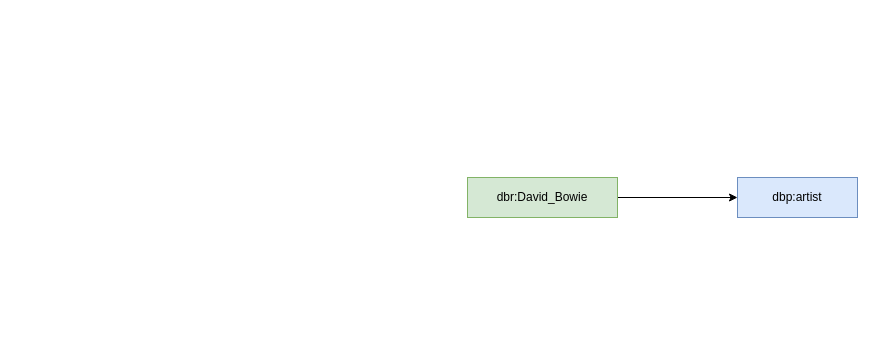
The draw.io diagram BDD/Web_semantique/TP_Modelisation/DavidBowie.drawio in Nathan7128/4th-year-Polytech, before the edit. Source tidied: cells renumbered, new cells numbered last; positions are measured from the earlier drawing's top-left corner, leaving out a move shared by most shapes. Both pictures are drawn from the tidied source at 100%, with x=0, y=0 at pixel (467, 177).
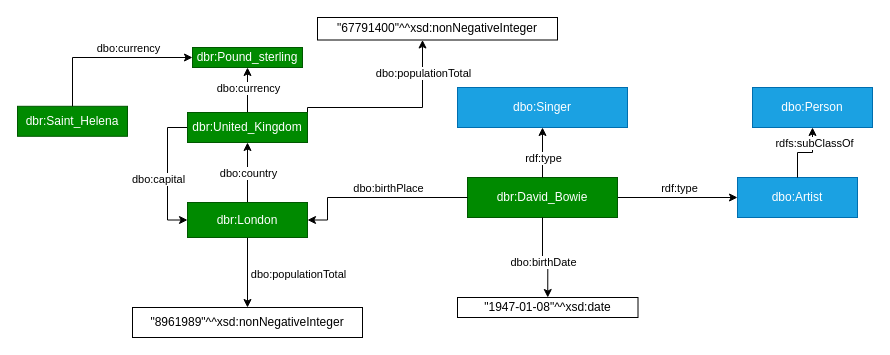
Above is the later version.

Commit message (it also covers changes not shown here):
Mettre à jour DavidBowie.drawio

The change refers to these unchanged cells:
```xml
<mxCell id="2" style="edgeStyle=orthogonalEdgeStyle;rounded=0;jettySize=auto;html=1;" parent="1" edge="1" source="3" target="4">
  <mxGeometry relative="1" as="geometry" />
</mxCell>
```

Change to the diagram source:
```diff
@@
+    <mxCell id="5" value="rdf:type" style="edgeLabel;html=1;align=center;verticalAlign=middle;" parent="2" vertex="1">
+      <mxGeometry x="-0.04" y="1" relative="1" as="geometry">
+        <mxPoint x="3" y="-9" as="offset" />
+      </mxGeometry>
+    </mxCell>
-    <mxCell id="3" value="dbr:David_Bowie" style="rounded=0;whiteSpace=wrap;html=1;fillColor=#d5e8d4;strokeColor=#82b366;" parent="1" vertex="1">
+    <mxCell id="3" value="dbr:David_Bowie" style="rounded=0;whiteSpace=wrap;html=1;fillColor=#008a00;strokeColor=#005700;fontColor=#ffffff;" parent="1" vertex="1">
       <mxGeometry width="150" height="40" as="geometry" />
     </mxCell>
-    <mxCell id="4" value="dbp:artist" style="rounded=0;whiteSpace=wrap;html=1;fillColor=#dae8fc;strokeColor=#6c8ebf;" parent="1" vertex="1">
+    <mxCell id="4" value="dbo:Artist" style="rounded=0;whiteSpace=wrap;html=1;fillColor=#1ba1e2;strokeColor=#006EAF;fontColor=#ffffff;" parent="1" vertex="1">
       <mxGeometry x="270" width="120" height="40" as="geometry" />
     </mxCell>
+    <mxCell id="6" style="edgeStyle=orthogonalEdgeStyle;rounded=0;jettySize=auto;html=1;exitX=0.5;exitY=0;exitDx=0;exitDy=0;" parent="1" edge="1" source="3" target="8">
+      <mxGeometry relative="1" as="geometry" />
+    </mxCell>
+    <mxCell id="7" value="rdf:type" style="edgeLabel;html=1;align=center;verticalAlign=middle;" parent="6" vertex="1">
+      <mxGeometry x="0.09" relative="1" as="geometry">
+        <mxPoint y="7" as="offset" />
+      </mxGeometry>
+    </mxCell>
+    <mxCell id="8" value="dbo:Singer" style="rounded=0;whiteSpace=wrap;html=1;fillColor=#1ba1e2;strokeColor=#006EAF;fontColor=#ffffff;" parent="1" vertex="1">
+      <mxGeometry x="-10" y="-90" width="170" height="40" as="geometry" />
+    </mxCell>
+    <mxCell id="9" style="edgeStyle=orthogonalEdgeStyle;rounded=0;jettySize=auto;html=1;entryX=0.5;entryY=0;entryDx=0;entryDy=0;" parent="1" edge="1" source="3" target="11">
+      <mxGeometry relative="1" as="geometry">
+        <Array as="points">
+          <mxPoint x="75" y="90" />
+          <mxPoint x="80" y="90" />
+        </Array>
+      </mxGeometry>
+    </mxCell>
+    <mxCell id="10" value="dbo:birthDate" style="edgeLabel;html=1;align=center;verticalAlign=middle;" parent="9" vertex="1">
+      <mxGeometry x="-0.21" y="-1" relative="1" as="geometry">
+        <mxPoint x="1" y="10" as="offset" />
+      </mxGeometry>
+    </mxCell>
+    <mxCell id="11" value="&quot;1947-01-08&quot;^^xsd:date" style="rounded=0;whiteSpace=wrap;html=1;" parent="1" vertex="1">
+      <mxGeometry x="-10" y="120" width="180.5" height="20" as="geometry" />
+    </mxCell>
+    <mxCell id="12" value="dbo:Person" style="rounded=0;whiteSpace=wrap;html=1;fillColor=#1ba1e2;strokeColor=#006EAF;fontColor=#ffffff;" parent="1" vertex="1">
+      <mxGeometry x="285" y="-90" width="120" height="40" as="geometry" />
+    </mxCell>
+    <mxCell id="13" style="edgeStyle=orthogonalEdgeStyle;rounded=0;jettySize=auto;html=1;entryX=0.5;entryY=1;entryDx=0;entryDy=0;exitX=0.5;exitY=0;exitDx=0;exitDy=0;" parent="1" edge="1" source="4" target="12">
+      <mxGeometry relative="1" as="geometry" />
+    </mxCell>
+    <mxCell id="14" value="rdfs:subClassOf" style="edgeLabel;html=1;align=center;verticalAlign=middle;" parent="13" vertex="1">
+      <mxGeometry x="-0.04" y="1" relative="1" as="geometry">
+        <mxPoint x="10" y="-9" as="offset" />
+      </mxGeometry>
+    </mxCell>
+    <mxCell id="15" style="edgeStyle=orthogonalEdgeStyle;rounded=0;jettySize=auto;html=1;exitX=0;exitY=0.5;exitDx=0;exitDy=0;entryX=1;entryY=0.5;entryDx=0;entryDy=0;" parent="1" edge="1" source="3" target="21">
+      <mxGeometry relative="1" as="geometry">
+        <Array as="points">
+          <mxPoint x="-140" y="20" />
+          <mxPoint x="-140" y="43" />
+        </Array>
+      </mxGeometry>
+    </mxCell>
+    <mxCell id="16" value="dbo:birthPlace" style="edgeLabel;html=1;align=center;verticalAlign=middle;" parent="15" vertex="1">
+      <mxGeometry x="0.09" relative="1" as="geometry">
+        <mxPoint x="19" y="-10" as="offset" />
+      </mxGeometry>
+    </mxCell>
+    <mxCell id="17" style="edgeStyle=orthogonalEdgeStyle;rounded=0;jettySize=auto;html=1;entryX=0.5;entryY=0;entryDx=0;entryDy=0;" parent="1" edge="1" source="21" target="22">
+      <mxGeometry relative="1" as="geometry" />
+    </mxCell>
+    <mxCell id="18" value="dbo:populationTotal" style="edgeLabel;html=1;align=center;verticalAlign=middle;" parent="17" vertex="1">
+      <mxGeometry x="-0.36" y="1" relative="1" as="geometry">
+        <mxPoint x="49" y="14" as="offset" />
+      </mxGeometry>
+    </mxCell>
+    <mxCell id="19" style="edgeStyle=orthogonalEdgeStyle;rounded=0;jettySize=auto;html=1;entryX=0.5;entryY=1;entryDx=0;entryDy=0;" parent="1" edge="1" source="21" target="29">
+      <mxGeometry relative="1" as="geometry" />
+    </mxCell>
+    <mxCell id="20" value="dbo:country" style="edgeLabel;html=1;align=center;verticalAlign=middle;" parent="19" vertex="1">
+      <mxGeometry x="0.22" y="-3" relative="1" as="geometry">
+        <mxPoint x="-3" y="7" as="offset" />
+      </mxGeometry>
+    </mxCell>
+    <mxCell id="21" value="dbr:London" style="rounded=0;whiteSpace=wrap;html=1;fillColor=#008a00;strokeColor=#005700;fontColor=#ffffff;" parent="1" vertex="1">
+      <mxGeometry x="-280" y="25" width="120" height="35" as="geometry" />
+    </mxCell>
+    <mxCell id="22" value="&quot;8961989&quot;^^xsd:nonNegativeInteger" style="rounded=0;whiteSpace=wrap;html=1;" parent="1" vertex="1">
+      <mxGeometry x="-335" y="130" width="230" height="30" as="geometry" />
+    </mxCell>
+    <mxCell id="23" style="edgeStyle=orthogonalEdgeStyle;rounded=0;jettySize=auto;html=1;entryX=0;entryY=0.5;entryDx=0;entryDy=0;" parent="1" edge="1" source="29" target="21">
+      <mxGeometry relative="1" as="geometry">
+        <Array as="points">
+          <mxPoint x="-300" y="-50" />
+          <mxPoint x="-300" y="43" />
+        </Array>
+      </mxGeometry>
+    </mxCell>
+    <mxCell id="24" value="dbo:capital" style="edgeLabel;html=1;align=center;verticalAlign=middle;" parent="23" vertex="1">
+      <mxGeometry x="-0.25" y="-1" relative="1" as="geometry">
+        <mxPoint x="-9" y="21" as="offset" />
+      </mxGeometry>
+    </mxCell>
+    <mxCell id="25" style="edgeStyle=orthogonalEdgeStyle;rounded=0;jettySize=auto;html=1;" parent="1" edge="1" source="29" target="30">
+      <mxGeometry relative="1" as="geometry">
+        <Array as="points">
+          <mxPoint x="-160" y="-70" />
+          <mxPoint x="-45" y="-70" />
+        </Array>
+      </mxGeometry>
+    </mxCell>
+    <mxCell id="26" value="dbo:populationTotal" style="edgeLabel;html=1;align=center;verticalAlign=middle;" parent="25" vertex="1">
+      <mxGeometry x="-0.3" y="2" relative="1" as="geometry">
+        <mxPoint x="54" y="-33" as="offset" />
+      </mxGeometry>
+    </mxCell>
+    <mxCell id="27" style="edgeStyle=orthogonalEdgeStyle;rounded=0;jettySize=auto;html=1;" parent="1" edge="1" source="29" target="31">
+      <mxGeometry relative="1" as="geometry" />
+    </mxCell>
+    <mxCell id="28" value="dbo:currency" style="edgeLabel;html=1;align=center;verticalAlign=middle;" parent="27" vertex="1">
+      <mxGeometry x="0.18" relative="1" as="geometry">
+        <mxPoint y="2" as="offset" />
+      </mxGeometry>
+    </mxCell>
+    <mxCell id="29" value="dbr:United_Kingdom" style="rounded=0;whiteSpace=wrap;html=1;fillColor=#008a00;fontColor=#ffffff;strokeColor=#005700;" parent="1" vertex="1">
+      <mxGeometry x="-280" y="-65" width="120" height="30" as="geometry" />
+    </mxCell>
+    <mxCell id="30" value="&quot;67791400&quot;^^xsd:nonNegativeInteger" style="rounded=0;whiteSpace=wrap;html=1;" parent="1" vertex="1">
+      <mxGeometry x="-150" y="-160" width="240" height="22.5" as="geometry" />
+    </mxCell>
+    <mxCell id="31" value="dbr:Pound_sterling" style="rounded=0;whiteSpace=wrap;html=1;fillColor=#008a00;fontColor=#ffffff;strokeColor=#005700;" parent="1" vertex="1">
+      <mxGeometry x="-275" y="-130" width="110" height="20" as="geometry" />
+    </mxCell>
+    <mxCell id="32" value="dbr:Saint_Helena" style="rounded=0;whiteSpace=wrap;html=1;fillColor=#008a00;fontColor=#ffffff;strokeColor=#005700;" parent="1" vertex="1">
+      <mxGeometry x="-450" y="-71.2" width="110" height="30" as="geometry" />
+    </mxCell>
+    <mxCell id="33" style="edgeStyle=orthogonalEdgeStyle;rounded=0;jettySize=auto;html=1;exitX=0.5;exitY=0;exitDx=0;exitDy=0;entryX=0;entryY=0.5;entryDx=0;entryDy=0;" parent="1" edge="1" source="32" target="31">
+      <mxGeometry relative="1" as="geometry" />
+    </mxCell>
+    <mxCell id="34" value="dbo:currency" style="edgeLabel;html=1;align=center;verticalAlign=middle;" parent="33" vertex="1">
+      <mxGeometry x="0.18" relative="1" as="geometry">
+        <mxPoint x="4" y="-10" as="offset" />
+      </mxGeometry>
+    </mxCell>
```
